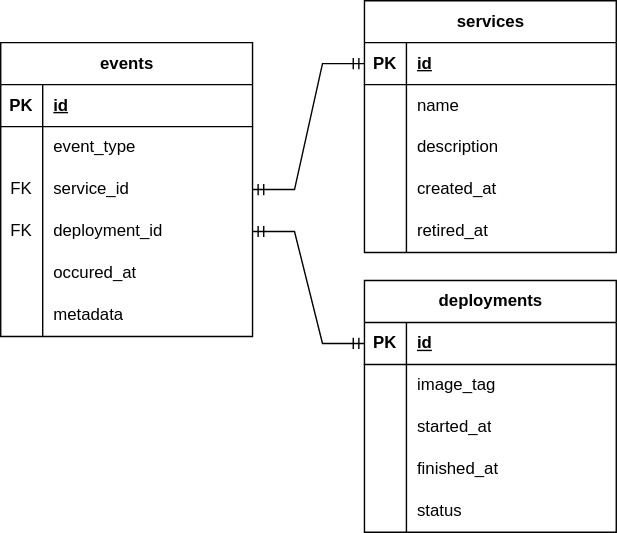
Earlier version of the draw.io export services/backend/docs/erd.drawio.svg (kencopas/PortfolioApp). Source tidied: cells renumbered, new cells last; positions are measured from the earlier drawing's top-left corner, leaving out a move shared by most shapes.
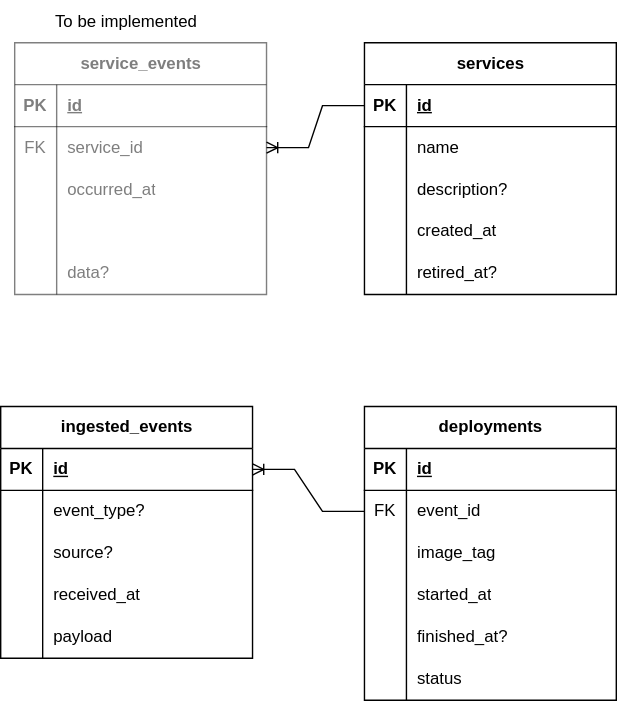
The same file after the commit.

Change to the diagram source:
```diff
@@ -3,7 +3,7 @@
     <mxCell id="0" />
     <mxCell id="1" parent="0" />
     <mxCell id="2" value="deployments" style="shape=table;startSize=30;rowLines=0;fontStyle=1;align=center;html=1;" parent="1" vertex="1">
-      <mxGeometry x="260" y="200" width="180" height="180" as="geometry" />
+      <mxGeometry x="260" y="200" width="180" height="210" as="geometry" />
     </mxCell>
     <mxCell id="3" style="shape=tableRow;horizontal=0;startSize=0;swimlaneHead=0;swimlaneBody=0;fillColor=none;points=[[0,0.5],[1,0.5]];portConstraint=eastwest;top=0;left=0;right=0;bottom=1;" parent="2" vertex="1">
       <mxGeometry y="30" width="180" height="30" as="geometry" />
@@ -14,8 +14,17 @@
     <mxCell id="5" value="id" style="shape=partialRectangle;fillColor=none;top=0;left=0;bottom=0;right=0;align=left;spacingLeft=6;fontStyle=5;overflow=hidden;whiteSpace=wrap;html=1;" parent="3" vertex="1">
       <mxGeometry x="30" width="150" height="30" as="geometry" />
     </mxCell>
+    <mxCell id="55" style="shape=tableRow;horizontal=0;startSize=0;swimlaneHead=0;swimlaneBody=0;fillColor=none;points=[[0,0.5],[1,0.5]];portConstraint=eastwest;top=0;left=0;right=0;bottom=0;" parent="2" vertex="1">
+      <mxGeometry y="60" width="180" height="30" as="geometry" />
+    </mxCell>
+    <mxCell id="29" value="FK" style="shape=partialRectangle;fillColor=none;top=0;left=0;bottom=0;right=0;overflow=hidden;whiteSpace=wrap;html=1;" parent="55" vertex="1">
+      <mxGeometry width="30" height="30" as="geometry" />
+    </mxCell>
+    <mxCell id="56" value="event_id" style="shape=partialRectangle;fillColor=none;top=0;left=0;bottom=0;right=0;align=left;spacingLeft=6;overflow=hidden;whiteSpace=wrap;html=1;" parent="55" vertex="1">
+      <mxGeometry x="30" width="150" height="30" as="geometry" />
+    </mxCell>
     <mxCell id="6" style="shape=tableRow;horizontal=0;startSize=0;swimlaneHead=0;swimlaneBody=0;fillColor=none;top=0;left=0;right=0;bottom=0;" parent="2" vertex="1">
-      <mxGeometry y="60" width="180" height="30" as="geometry" />
+      <mxGeometry y="90" width="180" height="30" as="geometry" />
     </mxCell>
     <mxCell id="7" style="shape=partialRectangle;fillColor=none;top=0;left=0;bottom=0;right=0;overflow=hidden;whiteSpace=wrap;html=1;" parent="6" vertex="1">
       <mxGeometry width="30" height="30" as="geometry" />
@@ -24,7 +33,7 @@
       <mxGeometry x="30" width="150" height="30" as="geometry" />
     </mxCell>
     <mxCell id="9" style="shape=tableRow;horizontal=0;startSize=0;swimlaneHead=0;swimlaneBody=0;fillColor=none;top=0;left=0;right=0;bottom=0;" parent="2" vertex="1">
-      <mxGeometry y="90" width="180" height="30" as="geometry" />
+      <mxGeometry y="120" width="180" height="30" as="geometry" />
     </mxCell>
     <mxCell id="10" style="shape=partialRectangle;fillColor=none;top=0;left=0;bottom=0;right=0;overflow=hidden;whiteSpace=wrap;html=1;" parent="9" vertex="1">
       <mxGeometry width="30" height="30" as="geometry" />
@@ -33,16 +42,16 @@
       <mxGeometry x="30" width="150" height="30" as="geometry" />
     </mxCell>
     <mxCell id="12" style="shape=tableRow;horizontal=0;startSize=0;swimlaneHead=0;swimlaneBody=0;fillColor=none;top=0;left=0;right=0;bottom=0;" parent="2" vertex="1">
-      <mxGeometry y="120" width="180" height="30" as="geometry" />
+      <mxGeometry y="150" width="180" height="30" as="geometry" />
     </mxCell>
     <mxCell id="13" style="shape=partialRectangle;fillColor=none;top=0;left=0;bottom=0;right=0;overflow=hidden;whiteSpace=wrap;html=1;" parent="12" vertex="1">
       <mxGeometry width="30" height="30" as="geometry" />
     </mxCell>
-    <mxCell id="14" value="finished_at" style="shape=partialRectangle;fillColor=none;top=0;left=0;bottom=0;right=0;align=left;spacingLeft=6;overflow=hidden;whiteSpace=wrap;html=1;" parent="12" vertex="1">
+    <mxCell id="14" value="finished_at?" style="shape=partialRectangle;fillColor=none;top=0;left=0;bottom=0;right=0;align=left;spacingLeft=6;overflow=hidden;whiteSpace=wrap;html=1;" parent="12" vertex="1">
       <mxGeometry x="30" width="150" height="30" as="geometry" />
     </mxCell>
     <mxCell id="15" style="shape=tableRow;horizontal=0;startSize=0;swimlaneHead=0;swimlaneBody=0;fillColor=none;top=0;left=0;right=0;bottom=0;" parent="2" vertex="1">
-      <mxGeometry y="150" width="180" height="30" as="geometry" />
+      <mxGeometry y="180" width="180" height="30" as="geometry" />
     </mxCell>
     <mxCell id="16" style="shape=partialRectangle;fillColor=none;top=0;left=0;bottom=0;right=0;overflow=hidden;whiteSpace=wrap;html=1;" parent="15" vertex="1">
       <mxGeometry width="30" height="30" as="geometry" />
@@ -50,8 +59,8 @@
     <mxCell id="17" value="status" style="shape=partialRectangle;fillColor=none;top=0;left=0;bottom=0;right=0;align=left;spacingLeft=6;overflow=hidden;whiteSpace=wrap;html=1;" parent="15" vertex="1">
       <mxGeometry x="30" width="150" height="30" as="geometry" />
     </mxCell>
-    <mxCell id="18" value="events" style="shape=table;startSize=30;rowLines=0;fontStyle=1;align=center;html=1;" parent="1" vertex="1">
-      <mxGeometry y="30" width="180" height="210" as="geometry" />
+    <mxCell id="18" value="ingested_events" style="shape=table;startSize=30;rowLines=0;fontStyle=1;align=center;html=1;" parent="1" vertex="1">
+      <mxGeometry y="200" width="180" height="180" as="geometry" />
     </mxCell>
     <mxCell id="19" style="shape=tableRow;horizontal=0;startSize=0;swimlaneHead=0;swimlaneBody=0;fillColor=none;points=[[0,0.5],[1,0.5]];portConstraint=eastwest;top=0;left=0;right=0;bottom=1;" parent="18" vertex="1">
       <mxGeometry y="30" width="180" height="30" as="geometry" />
@@ -68,47 +77,38 @@
     <mxCell id="23" style="shape=partialRectangle;fillColor=none;top=0;left=0;bottom=0;right=0;overflow=hidden;whiteSpace=wrap;html=1;" parent="22" vertex="1">
       <mxGeometry width="30" height="30" as="geometry" />
     </mxCell>
-    <mxCell id="24" value="event_type" style="shape=partialRectangle;fillColor=none;top=0;left=0;bottom=0;right=0;align=left;spacingLeft=6;overflow=hidden;whiteSpace=wrap;html=1;" parent="22" vertex="1">
+    <mxCell id="24" value="event_type?" style="shape=partialRectangle;fillColor=none;top=0;left=0;bottom=0;right=0;align=left;spacingLeft=6;overflow=hidden;whiteSpace=wrap;html=1;" parent="22" vertex="1">
       <mxGeometry x="30" width="150" height="30" as="geometry" />
     </mxCell>
     <mxCell id="25" style="shape=tableRow;horizontal=0;startSize=0;swimlaneHead=0;swimlaneBody=0;fillColor=none;points=[[0,0.5],[1,0.5]];portConstraint=eastwest;top=0;left=0;right=0;bottom=0;" parent="18" vertex="1">
       <mxGeometry y="90" width="180" height="30" as="geometry" />
     </mxCell>
-    <mxCell id="26" value="FK" style="shape=partialRectangle;fillColor=none;top=0;left=0;bottom=0;right=0;overflow=hidden;whiteSpace=wrap;html=1;" parent="25" vertex="1">
+    <mxCell id="26" style="shape=partialRectangle;fillColor=none;top=0;left=0;bottom=0;right=0;overflow=hidden;whiteSpace=wrap;html=1;" parent="25" vertex="1">
       <mxGeometry width="30" height="30" as="geometry" />
     </mxCell>
-    <mxCell id="27" value="service_id" style="shape=partialRectangle;fillColor=none;top=0;left=0;bottom=0;right=0;align=left;spacingLeft=6;overflow=hidden;whiteSpace=wrap;html=1;" parent="25" vertex="1">
+    <mxCell id="27" value="source?" style="shape=partialRectangle;fillColor=none;top=0;left=0;bottom=0;right=0;align=left;spacingLeft=6;overflow=hidden;whiteSpace=wrap;html=1;" parent="25" vertex="1">
       <mxGeometry x="30" width="150" height="30" as="geometry" />
     </mxCell>
-    <mxCell id="28" style="shape=tableRow;horizontal=0;startSize=0;swimlaneHead=0;swimlaneBody=0;fillColor=none;points=[[0,0.5],[1,0.5]];portConstraint=eastwest;top=0;left=0;right=0;bottom=0;" parent="18" vertex="1">
-      <mxGeometry y="120" width="180" height="30" as="geometry" />
-    </mxCell>
-    <mxCell id="29" value="FK" style="shape=partialRectangle;fillColor=none;top=0;left=0;bottom=0;right=0;overflow=hidden;whiteSpace=wrap;html=1;" parent="28" vertex="1">
-      <mxGeometry width="30" height="30" as="geometry" />
-    </mxCell>
-    <mxCell id="30" value="deployment_id" style="shape=partialRectangle;fillColor=none;top=0;left=0;bottom=0;right=0;align=left;spacingLeft=6;overflow=hidden;whiteSpace=wrap;html=1;" parent="28" vertex="1">
-      <mxGeometry x="30" width="150" height="30" as="geometry" />
-    </mxCell>
     <mxCell id="31" style="shape=tableRow;horizontal=0;startSize=0;swimlaneHead=0;swimlaneBody=0;fillColor=none;top=0;left=0;right=0;bottom=0;" parent="18" vertex="1">
-      <mxGeometry y="150" width="180" height="30" as="geometry" />
+      <mxGeometry y="120" width="180" height="30" as="geometry" />
     </mxCell>
     <mxCell id="32" style="shape=partialRectangle;fillColor=none;top=0;left=0;bottom=0;right=0;overflow=hidden;whiteSpace=wrap;html=1;" parent="31" vertex="1">
       <mxGeometry width="30" height="30" as="geometry" />
     </mxCell>
-    <mxCell id="33" value="occured_at" style="shape=partialRectangle;fillColor=none;top=0;left=0;bottom=0;right=0;align=left;spacingLeft=6;overflow=hidden;whiteSpace=wrap;html=1;" parent="31" vertex="1">
+    <mxCell id="33" value="received_at" style="shape=partialRectangle;fillColor=none;top=0;left=0;bottom=0;right=0;align=left;spacingLeft=6;overflow=hidden;whiteSpace=wrap;html=1;" parent="31" vertex="1">
       <mxGeometry x="30" width="150" height="30" as="geometry" />
     </mxCell>
     <mxCell id="34" style="shape=tableRow;horizontal=0;startSize=0;swimlaneHead=0;swimlaneBody=0;fillColor=none;top=0;left=0;right=0;bottom=0;" parent="18" vertex="1">
-      <mxGeometry y="180" width="180" height="30" as="geometry" />
+      <mxGeometry y="150" width="180" height="30" as="geometry" />
     </mxCell>
     <mxCell id="35" style="shape=partialRectangle;fillColor=none;top=0;left=0;bottom=0;right=0;overflow=hidden;whiteSpace=wrap;html=1;" parent="34" vertex="1">
       <mxGeometry width="30" height="30" as="geometry" />
     </mxCell>
-    <mxCell id="36" value="metadata" style="shape=partialRectangle;fillColor=none;top=0;left=0;bottom=0;right=0;align=left;spacingLeft=6;overflow=hidden;whiteSpace=wrap;html=1;" parent="34" vertex="1">
+    <mxCell id="36" value="payload" style="shape=partialRectangle;fillColor=none;top=0;left=0;bottom=0;right=0;align=left;spacingLeft=6;overflow=hidden;whiteSpace=wrap;html=1;" parent="34" vertex="1">
       <mxGeometry x="30" width="150" height="30" as="geometry" />
     </mxCell>
     <mxCell id="37" value="services" style="shape=table;startSize=30;rowLines=0;fontStyle=1;align=center;html=1;" parent="1" vertex="1">
-      <mxGeometry x="260" width="180" height="180" as="geometry" />
+      <mxGeometry x="260" y="-60" width="180" height="180" as="geometry" />
     </mxCell>
     <mxCell id="38" style="shape=tableRow;horizontal=0;startSize=0;swimlaneHead=0;swimlaneBody=0;fillColor=none;points=[[0,0.5],[1,0.5]];portConstraint=eastwest;top=0;left=0;right=0;bottom=1;" parent="37" vertex="1">
       <mxGeometry y="30" width="180" height="30" as="geometry" />
@@ -134,7 +134,7 @@
     <mxCell id="45" style="shape=partialRectangle;fillColor=none;top=0;left=0;bottom=0;right=0;overflow=hidden;whiteSpace=wrap;html=1;" parent="44" vertex="1">
       <mxGeometry width="30" height="30" as="geometry" />
     </mxCell>
-    <mxCell id="46" value="description" style="shape=partialRectangle;fillColor=none;top=0;left=0;bottom=0;right=0;align=left;spacingLeft=6;overflow=hidden;whiteSpace=wrap;html=1;" parent="44" vertex="1">
+    <mxCell id="46" value="description?" style="shape=partialRectangle;fillColor=none;top=0;left=0;bottom=0;right=0;align=left;spacingLeft=6;overflow=hidden;whiteSpace=wrap;html=1;" parent="44" vertex="1">
       <mxGeometry x="30" width="150" height="30" as="geometry" />
     </mxCell>
     <mxCell id="47" style="shape=tableRow;horizontal=0;startSize=0;swimlaneHead=0;swimlaneBody=0;fillColor=none;top=0;left=0;right=0;bottom=0;" parent="37" vertex="1">
@@ -152,14 +152,65 @@
     <mxCell id="51" style="shape=partialRectangle;fillColor=none;top=0;left=0;bottom=0;right=0;overflow=hidden;whiteSpace=wrap;html=1;" parent="50" vertex="1">
       <mxGeometry width="30" height="30" as="geometry" />
     </mxCell>
-    <mxCell id="52" value="retired_at" style="shape=partialRectangle;fillColor=none;top=0;left=0;bottom=0;right=0;align=left;spacingLeft=6;overflow=hidden;whiteSpace=wrap;html=1;" parent="50" vertex="1">
+    <mxCell id="52" value="retired_at?" style="shape=partialRectangle;fillColor=none;top=0;left=0;bottom=0;right=0;align=left;spacingLeft=6;overflow=hidden;whiteSpace=wrap;html=1;" parent="50" vertex="1">
       <mxGeometry x="30" width="150" height="30" as="geometry" />
     </mxCell>
-    <mxCell id="53" style="edgeStyle=entityRelationEdgeStyle;fontSize=12;html=1;endArrow=ERmandOne;startArrow=ERmandOne;rounded=0;exitX=1;exitY=0.5;exitDx=0;exitDy=0;entryX=0;entryY=0.5;entryDx=0;entryDy=0;" parent="1" edge="1" source="25" target="38">
-      <mxGeometry relative="1" as="geometry" />
-    </mxCell>
-    <mxCell id="54" style="edgeStyle=entityRelationEdgeStyle;fontSize=12;html=1;endArrow=ERmandOne;startArrow=ERmandOne;rounded=0;exitX=1;exitY=0.5;exitDx=0;exitDy=0;entryX=0;entryY=0.5;entryDx=0;entryDy=0;" parent="1" edge="1" source="28" target="3">
-      <mxGeometry relative="1" as="geometry" />
-    </mxCell>
+    <mxCell id="57" style="edgeStyle=entityRelationEdgeStyle;fontSize=12;html=1;endArrow=ERoneToMany;rounded=0;exitX=0;exitY=0.5;exitDx=0;exitDy=0;entryX=1;entryY=0.5;entryDx=0;entryDy=0;" parent="1" edge="1" source="55" target="19">
+      <mxGeometry relative="1" as="geometry" />
+    </mxCell>
+    <mxCell id="58" value="service_events" style="shape=table;startSize=30;rowLines=0;fontStyle=1;align=center;html=1;opacity=50;textOpacity=50;" parent="1" vertex="1">
+      <mxGeometry x="10" y="-60" width="180" height="180" as="geometry" />
+    </mxCell>
+    <mxCell id="59" style="shape=tableRow;horizontal=0;startSize=0;swimlaneHead=0;swimlaneBody=0;fillColor=none;top=0;left=0;right=0;bottom=1;opacity=50;textOpacity=50;" parent="58" vertex="1">
+      <mxGeometry y="30" width="180" height="30" as="geometry" />
+    </mxCell>
+    <mxCell id="60" value="PK" style="shape=partialRectangle;fillColor=none;top=0;left=0;bottom=0;right=0;fontStyle=1;overflow=hidden;whiteSpace=wrap;html=1;opacity=50;textOpacity=50;" parent="59" vertex="1">
+      <mxGeometry width="30" height="30" as="geometry" />
+    </mxCell>
+    <mxCell id="61" value="id" style="shape=partialRectangle;fillColor=none;top=0;left=0;bottom=0;right=0;align=left;spacingLeft=6;fontStyle=5;overflow=hidden;whiteSpace=wrap;html=1;opacity=50;textOpacity=50;" parent="59" vertex="1">
+      <mxGeometry x="30" width="150" height="30" as="geometry" />
+    </mxCell>
+    <mxCell id="62" style="shape=tableRow;horizontal=0;startSize=0;swimlaneHead=0;swimlaneBody=0;fillColor=none;points=[[0,0.5],[1,0.5]];portConstraint=eastwest;top=0;left=0;right=0;bottom=0;opacity=50;textOpacity=50;" parent="58" vertex="1">
+      <mxGeometry y="60" width="180" height="30" as="geometry" />
+    </mxCell>
+    <mxCell id="63" value="FK" style="shape=partialRectangle;fillColor=none;top=0;left=0;bottom=0;right=0;overflow=hidden;whiteSpace=wrap;html=1;opacity=50;textOpacity=50;" parent="62" vertex="1">
+      <mxGeometry width="30" height="30" as="geometry" />
+    </mxCell>
+    <mxCell id="64" value="service_id" style="shape=partialRectangle;fillColor=none;top=0;left=0;bottom=0;right=0;align=left;spacingLeft=6;overflow=hidden;whiteSpace=wrap;html=1;opacity=50;textOpacity=50;" parent="62" vertex="1">
+      <mxGeometry x="30" width="150" height="30" as="geometry" />
+    </mxCell>
+    <mxCell id="65" style="shape=tableRow;horizontal=0;startSize=0;swimlaneHead=0;swimlaneBody=0;fillColor=none;top=0;left=0;right=0;bottom=0;opacity=50;textOpacity=50;" parent="58" vertex="1">
+      <mxGeometry y="90" width="180" height="30" as="geometry" />
+    </mxCell>
+    <mxCell id="66" style="shape=partialRectangle;fillColor=none;top=0;left=0;bottom=0;right=0;overflow=hidden;whiteSpace=wrap;html=1;opacity=50;textOpacity=50;" parent="65" vertex="1">
+      <mxGeometry width="30" height="30" as="geometry" />
+    </mxCell>
+    <mxCell id="67" value="occurred_at" style="shape=partialRectangle;fillColor=none;top=0;left=0;bottom=0;right=0;align=left;spacingLeft=6;overflow=hidden;whiteSpace=wrap;html=1;opacity=50;textOpacity=50;" parent="65" vertex="1">
+      <mxGeometry x="30" width="150" height="30" as="geometry" />
+    </mxCell>
+    <mxCell id="68" style="shape=tableRow;horizontal=0;startSize=0;swimlaneHead=0;swimlaneBody=0;fillColor=none;top=0;left=0;right=0;bottom=0;opacity=50;textOpacity=50;" parent="58" vertex="1">
+      <mxGeometry y="120" width="180" height="30" as="geometry" />
+    </mxCell>
+    <mxCell id="69" style="shape=partialRectangle;fillColor=none;top=0;left=0;bottom=0;right=0;overflow=hidden;whiteSpace=wrap;html=1;opacity=50;textOpacity=50;" parent="68" vertex="1">
+      <mxGeometry width="30" height="30" as="geometry" />
+    </mxCell>
+    <mxCell id="70" style="shape=partialRectangle;fillColor=none;top=0;left=0;bottom=0;right=0;align=left;spacingLeft=6;overflow=hidden;whiteSpace=wrap;html=1;opacity=50;textOpacity=50;" parent="68" vertex="1">
+      <mxGeometry x="30" width="150" height="30" as="geometry" />
+    </mxCell>
+    <mxCell id="71" style="shape=tableRow;horizontal=0;startSize=0;swimlaneHead=0;swimlaneBody=0;fillColor=none;top=0;left=0;right=0;bottom=0;opacity=50;textOpacity=50;" parent="58" vertex="1">
+      <mxGeometry y="150" width="180" height="30" as="geometry" />
+    </mxCell>
+    <mxCell id="72" style="shape=partialRectangle;fillColor=none;top=0;left=0;bottom=0;right=0;overflow=hidden;whiteSpace=wrap;html=1;opacity=50;textOpacity=50;" parent="71" vertex="1">
+      <mxGeometry width="30" height="30" as="geometry" />
+    </mxCell>
+    <mxCell id="73" value="data?" style="shape=partialRectangle;fillColor=none;top=0;left=0;bottom=0;right=0;align=left;spacingLeft=6;overflow=hidden;whiteSpace=wrap;html=1;opacity=50;textOpacity=50;" parent="71" vertex="1">
+      <mxGeometry x="30" width="150" height="30" as="geometry" />
+    </mxCell>
+    <mxCell id="74" style="edgeStyle=entityRelationEdgeStyle;fontSize=12;html=1;endArrow=ERoneToMany;rounded=0;exitX=0;exitY=0.5;exitDx=0;exitDy=0;entryX=1;entryY=0.5;entryDx=0;entryDy=0;" parent="1" edge="1" source="38" target="62">
+      <mxGeometry relative="1" as="geometry" />
+    </mxCell>
+    <mxCell id="75" value="To be implemented" style="text;html=1;whiteSpace=wrap;strokeColor=none;fillColor=none;align=center;verticalAlign=middle;rounded=0;" parent="1" vertex="1">
+      <mxGeometry x="20" y="-90" width="140" height="30" as="geometry" />
+    </mxCell>
   </root>
 </mxGraphModel>
```
